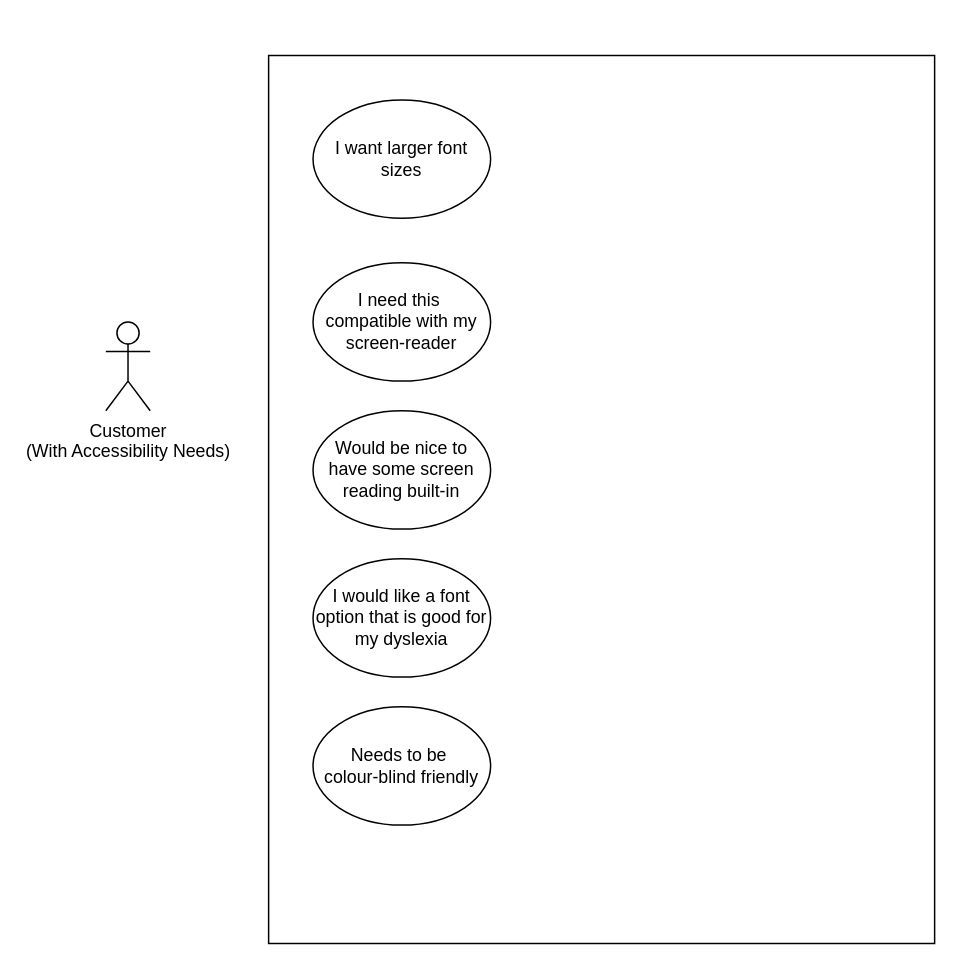
Above: docs/uml/use-case diagrams/customer-with-needs.drawio in Damon-Martin/COMP-3000-Year-2024-2025 (draw.io), before the change. Source tidied: cells renumbered, new cells numbered last; positions are measured from the earlier drawing's top-left corner, leaving out a move shared by most shapes. Both pictures are drawn from the tidied source at 148%, with x=0, y=0 at pixel (105, 55).
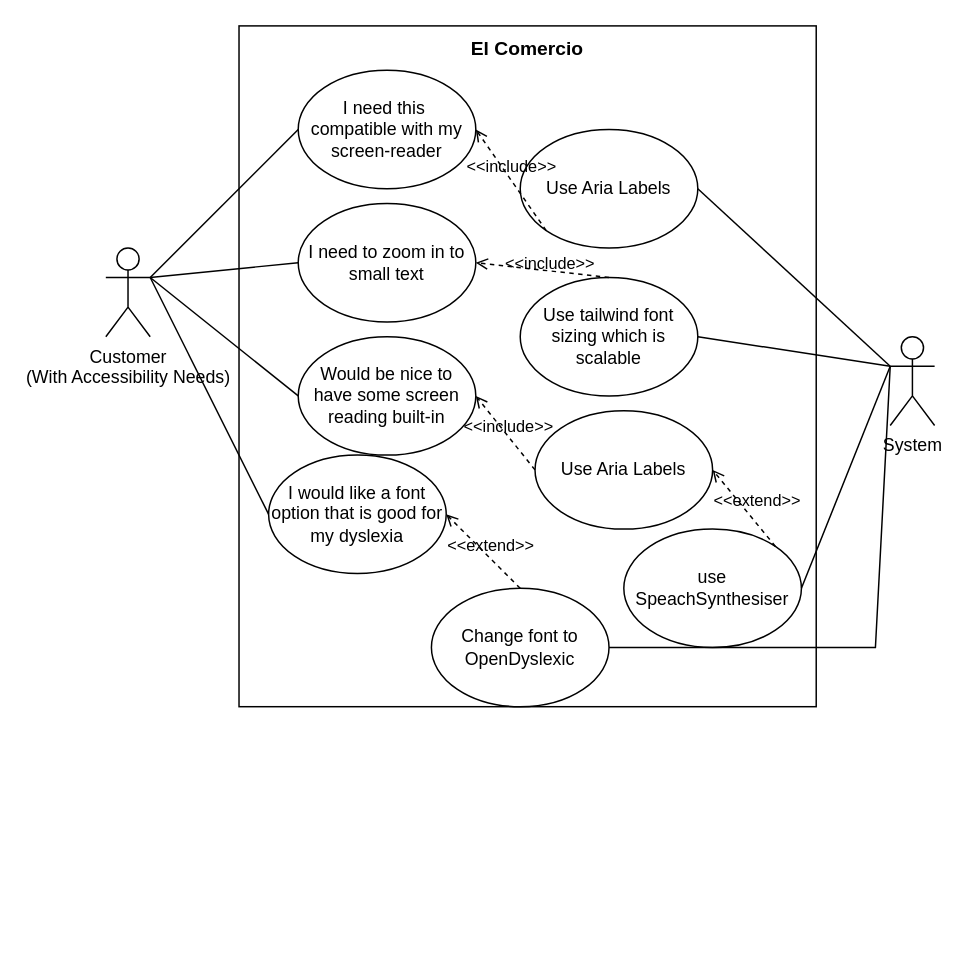
The same page after the edit.

What changed in the source:
```diff
@@
     <mxCell id="2" style="rounded=0;whiteSpace=wrap;html=1;" parent="1" vertex="1">
-      <mxGeometry x="110" width="450" height="600" as="geometry" />
+      <mxGeometry x="90" y="-20" width="390" height="460" as="geometry" />
     </mxCell>
     <mxCell id="3" value="Customer&lt;div&gt;(With Accessibility Needs)&lt;/div&gt;" style="shape=umlActor;verticalLabelPosition=bottom;verticalAlign=top;html=1;outlineConnect=0;" parent="1" vertex="1">
-      <mxGeometry y="180" width="30" height="60" as="geometry" />
+      <mxGeometry y="130" width="30" height="60" as="geometry" />
     </mxCell>
-    <mxCell id="4" value="I want larger font sizes" style="ellipse;whiteSpace=wrap;html=1;" parent="1" vertex="1">
-      <mxGeometry x="140" y="30" width="120" height="80" as="geometry" />
-    </mxCell>
     <mxCell id="5" value="I need this&amp;nbsp;&lt;div&gt;compatible with my screen-reader&lt;/div&gt;" style="ellipse;whiteSpace=wrap;html=1;" parent="1" vertex="1">
-      <mxGeometry x="140" y="140" width="120" height="80" as="geometry" />
+      <mxGeometry x="130" y="10" width="120" height="80" as="geometry" />
     </mxCell>
     <mxCell id="6" value="Would be nice to have some screen reading built-in" style="ellipse;whiteSpace=wrap;html=1;" parent="1" vertex="1">
-      <mxGeometry x="140" y="240" width="120" height="80" as="geometry" />
+      <mxGeometry x="130" y="190" width="120" height="80" as="geometry" />
     </mxCell>
     <mxCell id="7" value="I would like a font option that is good for my dyslexia" style="ellipse;whiteSpace=wrap;html=1;" parent="1" vertex="1">
-      <mxGeometry x="140" y="340" width="120" height="80" as="geometry" />
+      <mxGeometry x="110" y="270" width="120" height="80" as="geometry" />
     </mxCell>
-    <mxCell id="8" value="Needs to be&amp;nbsp;&lt;div&gt;colour-blind friendly&lt;/div&gt;" style="ellipse;whiteSpace=wrap;html=1;" parent="1" vertex="1">
-      <mxGeometry x="140" y="440" width="120" height="80" as="geometry" />
-    </mxCell>
+    <mxCell id="9" value="&lt;b&gt;&lt;font style=&quot;font-size: 13px;&quot;&gt;El Comercio&lt;/font&gt;&lt;/b&gt;" style="text;html=1;align=center;verticalAlign=middle;whiteSpace=wrap;rounded=0;" parent="1" vertex="1">
+      <mxGeometry x="230" y="-20" width="110" height="30" as="geometry" />
+    </mxCell>
+    <mxCell id="10" value="I need to zoom in to small text" style="ellipse;whiteSpace=wrap;html=1;" parent="1" vertex="1">
+      <mxGeometry x="130" y="100" width="120" height="80" as="geometry" />
+    </mxCell>
+    <mxCell id="11" value="Use tailwind font sizing which is scalable" style="ellipse;whiteSpace=wrap;html=1;" parent="1" vertex="1">
+      <mxGeometry x="280" y="150" width="120" height="80" as="geometry" />
+    </mxCell>
+    <mxCell id="12" value="Use Aria Labels" style="ellipse;whiteSpace=wrap;html=1;" parent="1" vertex="1">
+      <mxGeometry x="280" y="50" width="120" height="80" as="geometry" />
+    </mxCell>
+    <mxCell id="13" value="System" style="shape=umlActor;verticalLabelPosition=bottom;verticalAlign=top;html=1;outlineConnect=0;" parent="1" vertex="1">
+      <mxGeometry x="530" y="190" width="30" height="60" as="geometry" />
+    </mxCell>
+    <mxCell id="14" value="Use Aria Labels" style="ellipse;whiteSpace=wrap;html=1;" parent="1" vertex="1">
+      <mxGeometry x="290" y="240" width="120" height="80" as="geometry" />
+    </mxCell>
+    <mxCell id="15" value="use SpeachSynthesiser" style="ellipse;whiteSpace=wrap;html=1;" parent="1" vertex="1">
+      <mxGeometry x="350" y="320" width="120" height="80" as="geometry" />
+    </mxCell>
+    <mxCell id="16" style="endArrow=none;html=1;rounded=0;exitX=1;exitY=0.3333333333333333;exitDx=0;exitDy=0;exitPerimeter=0;entryX=0;entryY=0.5;entryDx=0;entryDy=0;" parent="1" edge="1" source="3" target="5">
+      <mxGeometry relative="1" as="geometry" />
+    </mxCell>
+    <mxCell id="17" style="endArrow=none;html=1;rounded=0;exitX=1;exitY=0.3333333333333333;exitDx=0;exitDy=0;exitPerimeter=0;entryX=0;entryY=0.5;entryDx=0;entryDy=0;" parent="1" edge="1" source="3" target="10">
+      <mxGeometry relative="1" as="geometry" />
+    </mxCell>
+    <mxCell id="18" style="endArrow=none;html=1;rounded=0;exitX=1;exitY=0.3333333333333333;exitDx=0;exitDy=0;exitPerimeter=0;entryX=0;entryY=0.5;entryDx=0;entryDy=0;" parent="1" edge="1" source="3" target="6">
+      <mxGeometry relative="1" as="geometry" />
+    </mxCell>
+    <mxCell id="19" style="endArrow=none;html=1;rounded=0;exitX=1;exitY=0.3333333333333333;exitDx=0;exitDy=0;exitPerimeter=0;entryX=0;entryY=0.5;entryDx=0;entryDy=0;" parent="1" edge="1" source="3" target="7">
+      <mxGeometry relative="1" as="geometry" />
+    </mxCell>
+    <mxCell id="20" value="Change font to OpenDyslexic" style="ellipse;whiteSpace=wrap;html=1;" parent="1" vertex="1">
+      <mxGeometry x="220" y="360" width="120" height="80" as="geometry" />
+    </mxCell>
+    <mxCell id="21" style="endArrow=none;html=1;rounded=0;entryX=0;entryY=0.3333333333333333;entryDx=0;entryDy=0;entryPerimeter=0;exitX=1;exitY=0.5;exitDx=0;exitDy=0;" parent="1" edge="1" source="20" target="13">
+      <mxGeometry relative="1" as="geometry">
+        <Array as="points">
+          <mxPoint x="520" y="400" />
+        </Array>
+      </mxGeometry>
+    </mxCell>
+    <mxCell id="22" value="&amp;lt;&amp;lt;extend&amp;gt;&amp;gt;" style="html=1;verticalAlign=bottom;labelBackgroundColor=none;endArrow=open;endFill=0;dashed=1;rounded=0;exitX=0.5;exitY=0;exitDx=0;exitDy=0;entryX=1;entryY=0.5;entryDx=0;entryDy=0;" parent="1" edge="1" source="20" target="7">
+      <mxGeometry x="-0.2" relative="1" as="geometry" />
+    </mxCell>
+    <mxCell id="23" value="&amp;lt;&amp;lt;include&amp;gt;&amp;gt;" style="html=1;verticalAlign=bottom;labelBackgroundColor=none;endArrow=open;endFill=0;dashed=1;rounded=0;exitX=0;exitY=0.5;exitDx=0;exitDy=0;entryX=1;entryY=0.5;entryDx=0;entryDy=0;" parent="1" edge="1" source="14" target="6">
+      <mxGeometry x="-0.17" y="2" relative="1" as="geometry" />
+    </mxCell>
+    <mxCell id="24" value="&amp;lt;&amp;lt;extend&amp;gt;&amp;gt;" style="html=1;verticalAlign=bottom;labelBackgroundColor=none;endArrow=open;endFill=0;dashed=1;rounded=0;entryX=1;entryY=0.5;entryDx=0;entryDy=0;exitX=1;exitY=0;exitDx=0;exitDy=0;" parent="1" edge="1" source="15" target="14">
+      <mxGeometry x="-0.26" y="-4" relative="1" as="geometry" />
+    </mxCell>
+    <mxCell id="25" style="endArrow=none;html=1;rounded=0;entryX=0;entryY=0.3333333333333333;entryDx=0;entryDy=0;entryPerimeter=0;exitX=1;exitY=0.5;exitDx=0;exitDy=0;" parent="1" edge="1" source="11" target="13">
+      <mxGeometry relative="1" as="geometry" />
+    </mxCell>
+    <mxCell id="26" style="endArrow=none;html=1;rounded=0;entryX=0;entryY=0.3333333333333333;entryDx=0;entryDy=0;entryPerimeter=0;exitX=1;exitY=0.5;exitDx=0;exitDy=0;" parent="1" edge="1" source="15" target="13">
+      <mxGeometry relative="1" as="geometry" />
+    </mxCell>
+    <mxCell id="27" value="&amp;lt;&amp;lt;include&amp;gt;&amp;gt;" style="html=1;verticalAlign=bottom;labelBackgroundColor=none;endArrow=open;endFill=0;dashed=1;rounded=0;entryX=1;entryY=0.5;entryDx=0;entryDy=0;exitX=0.5;exitY=0;exitDx=0;exitDy=0;" parent="1" edge="1" source="11" target="10">
+      <mxGeometry x="-0.12" y="4" relative="1" as="geometry" />
+    </mxCell>
+    <mxCell id="28" style="endArrow=none;html=1;rounded=0;entryX=1;entryY=0.5;entryDx=0;entryDy=0;exitX=0;exitY=0.3333333333333333;exitDx=0;exitDy=0;exitPerimeter=0;" parent="1" edge="1" source="13" target="12">
+      <mxGeometry relative="1" as="geometry" />
+    </mxCell>
+    <mxCell id="29" value="&amp;lt;&amp;lt;include&amp;gt;&amp;gt;" style="html=1;verticalAlign=bottom;labelBackgroundColor=none;endArrow=open;endFill=0;dashed=1;rounded=0;entryX=1;entryY=0.5;entryDx=0;entryDy=0;exitX=0;exitY=1;exitDx=0;exitDy=0;" parent="1" edge="1" source="12" target="5">
+      <mxGeometry relative="1" as="geometry" />
+    </mxCell>
```
